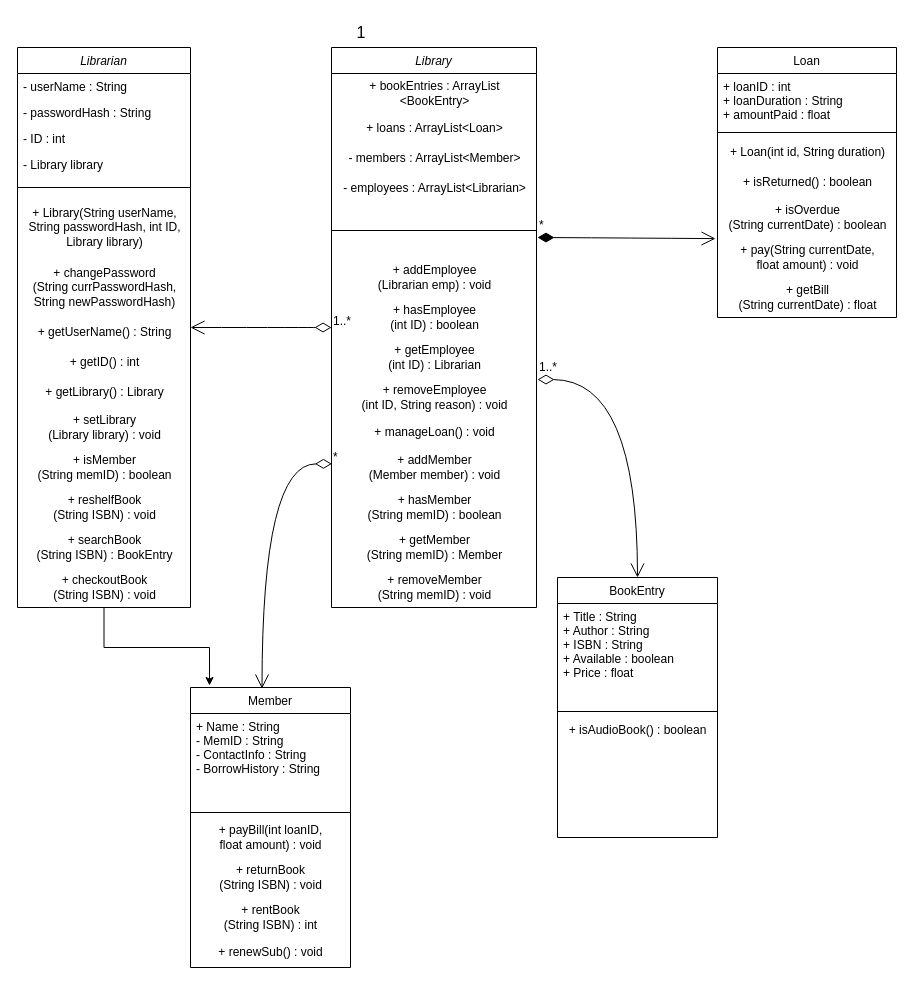
This is Untitled Diagram.drawio from Twpendleton/ClassUMLDiagram, a draw.io file, before an edit. Source tidied: cells renumbered, new cells numbered last; positions are measured from the earlier drawing's top-left corner, leaving out a move shared by most shapes. Both pictures are drawn from the tidied source at 100%, with x=0, y=0 at pixel (17, 17).
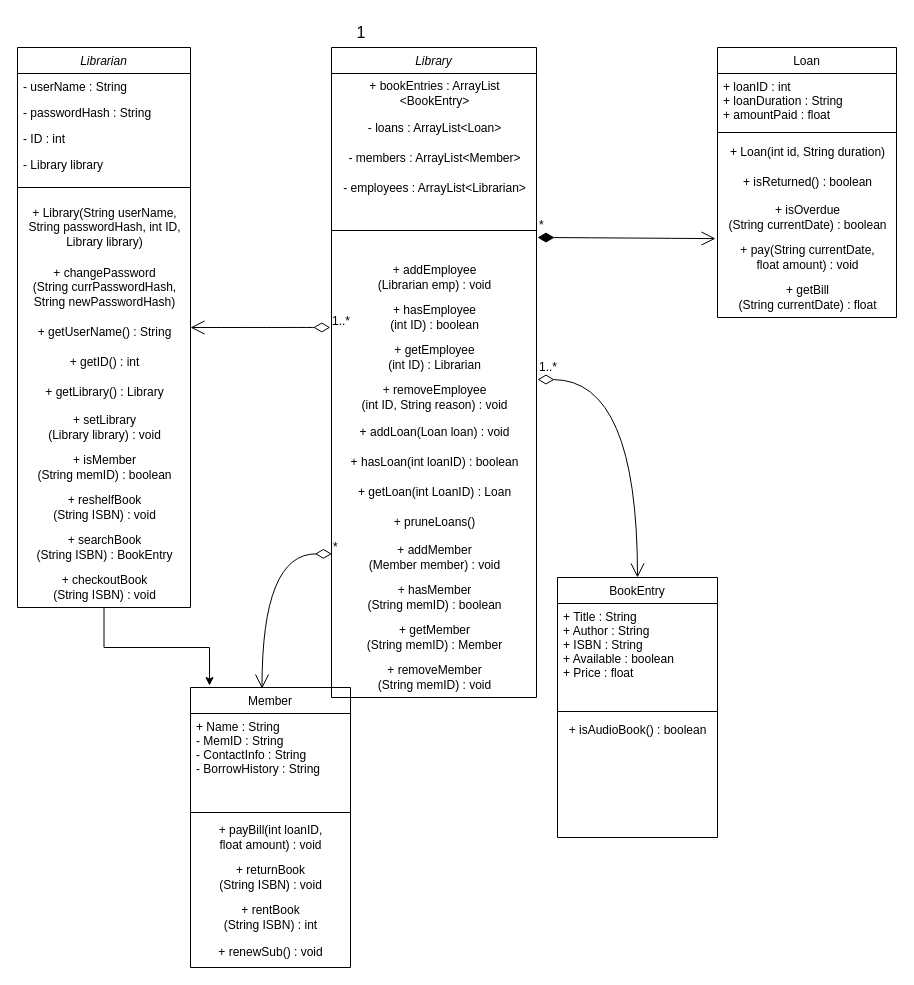
After the change.

Commit message:
Restrict public access to Loan info in Library

The change refers to these unchanged cells:
```xml
<mxCell id="2" value="Librarian" style="swimlane;fontStyle=2;align=center;verticalAlign=top;horizontal=1;startSize=26;rounded=0;shadow=0;strokeWidth=1;" parent="1" vertex="1">
  <mxGeometry y="30" width="173" height="560" as="geometry" />
</mxCell>
<mxCell id="44" value="+ hasEmployee&lt;div&gt;(int ID) : boolean&lt;/div&gt;" style="text;html=1;align=center;verticalAlign=middle;points=[];strokeColor=none;fillColor=none;" parent="37" vertex="1">
  <mxGeometry y="250" width="205" height="40" as="geometry" />
</mxCell>
```

What changed in the source:
```diff
@@
     <mxCell id="37" value="Library" style="swimlane;fontStyle=2;align=center;verticalAlign=top;horizontal=1;startSize=26;rounded=0;shadow=0;strokeWidth=1;" parent="1" vertex="1">
-      <mxGeometry x="314" y="30" width="205" height="560" as="geometry" />
+      <mxGeometry x="314" y="30" width="205" height="650" as="geometry" />
     </mxCell>
@@
-    <mxCell id="39" value="+ loans : ArrayList&amp;lt;Loan&amp;gt;" style="text;html=1;align=center;verticalAlign=middle;strokeColor=none;fillColor=none;" parent="37" vertex="1">
+    <mxCell id="39" value="- loans : ArrayList&amp;lt;Loan&amp;gt;" style="text;html=1;align=center;verticalAlign=middle;strokeColor=none;fillColor=none;" parent="37" vertex="1">
       <mxGeometry y="66" width="205" height="30" as="geometry" />
     </mxCell>
@@
-    <mxCell id="47" value="+ manageLoan() : void" style="text;html=1;align=center;verticalAlign=middle;strokeColor=none;fillColor=none;" parent="37" vertex="1">
+    <mxCell id="47" value="+ addLoan(Loan loan) : void" style="text;html=1;align=center;verticalAlign=middle;strokeColor=none;fillColor=none;" parent="37" vertex="1">
       <mxGeometry y="370" width="205" height="30" as="geometry" />
     </mxCell>
+    <mxCell id="58" value="+ hasLoan(int loanID) : boolean" style="text;html=1;align=center;verticalAlign=middle;strokeColor=none;fillColor=none;" parent="37" vertex="1">
+      <mxGeometry y="400" width="205" height="30" as="geometry" />
+    </mxCell>
+    <mxCell id="59" value="+ getLoan(int LoanID) : Loan" style="text;html=1;align=center;verticalAlign=middle;strokeColor=none;fillColor=none;" parent="37" vertex="1">
+      <mxGeometry y="430" width="205" height="30" as="geometry" />
+    </mxCell>
+    <mxCell id="60" value="+ pruneLoans()" style="text;html=1;align=center;verticalAlign=middle;strokeColor=none;fillColor=none;" parent="37" vertex="1">
+      <mxGeometry y="460" width="205" height="30" as="geometry" />
+    </mxCell>
     <mxCell id="48" value="+ addMember&lt;div&gt;(Member member) : void&lt;/div&gt;" style="text;html=1;align=center;verticalAlign=middle;points=[];strokeColor=none;fillColor=none;" parent="37" vertex="1">
-      <mxGeometry y="400" width="205" height="40" as="geometry" />
+      <mxGeometry y="490" width="205" height="40" as="geometry" />
     </mxCell>
     <mxCell id="49" value="+ hasMember&lt;div&gt;(String memID) : boolean&lt;/div&gt;" style="text;html=1;align=center;verticalAlign=middle;strokeColor=none;fillColor=none;" parent="37" vertex="1">
-      <mxGeometry y="440" width="205" height="40" as="geometry" />
+      <mxGeometry y="530" width="205" height="40" as="geometry" />
     </mxCell>
     <mxCell id="50" value="+ getMember&lt;div&gt;(String memID) : Member&lt;/div&gt;" style="text;html=1;align=center;verticalAlign=middle;strokeColor=none;fillColor=none;" parent="37" vertex="1">
-      <mxGeometry y="480" width="205" height="40" as="geometry" />
+      <mxGeometry y="570" width="205" height="40" as="geometry" />
     </mxCell>
     <mxCell id="51" value="+ removeMember&lt;div&gt;(String memID) : void&lt;/div&gt;" style="text;html=1;align=center;verticalAlign=middle;strokeColor=none;fillColor=none;" parent="37" vertex="1">
-      <mxGeometry y="520" width="205" height="40" as="geometry" />
+      <mxGeometry y="610" width="205" height="40" as="geometry" />
     </mxCell>
@@
-    <mxCell id="53" value="1..*" style="endArrow=open;html=1;endSize=12;startArrow=diamondThin;startSize=14;startFill=0;edgeStyle=orthogonalEdgeStyle;align=left;verticalAlign=bottom;rounded=0;fontSize=12;curved=1;exitX=0;exitY=0.5;exitDx=0;exitDy=0;entryX=1;entryY=0.5;entryDx=0;entryDy=0;" parent="1" edge="1" source="37" target="2">
+    <mxCell id="53" value="1..*" style="endArrow=open;html=1;endSize=12;startArrow=diamondThin;startSize=14;startFill=0;edgeStyle=orthogonalEdgeStyle;align=left;verticalAlign=bottom;rounded=0;fontSize=12;curved=1;exitX=-0.006;exitY=0.749;exitDx=0;exitDy=0;entryX=1;entryY=0.5;entryDx=0;entryDy=0;exitPerimeter=0;" parent="1" edge="1" source="44" target="2">
       <mxGeometry x="-1" y="3" relative="1" as="geometry" />
     </mxCell>
```
